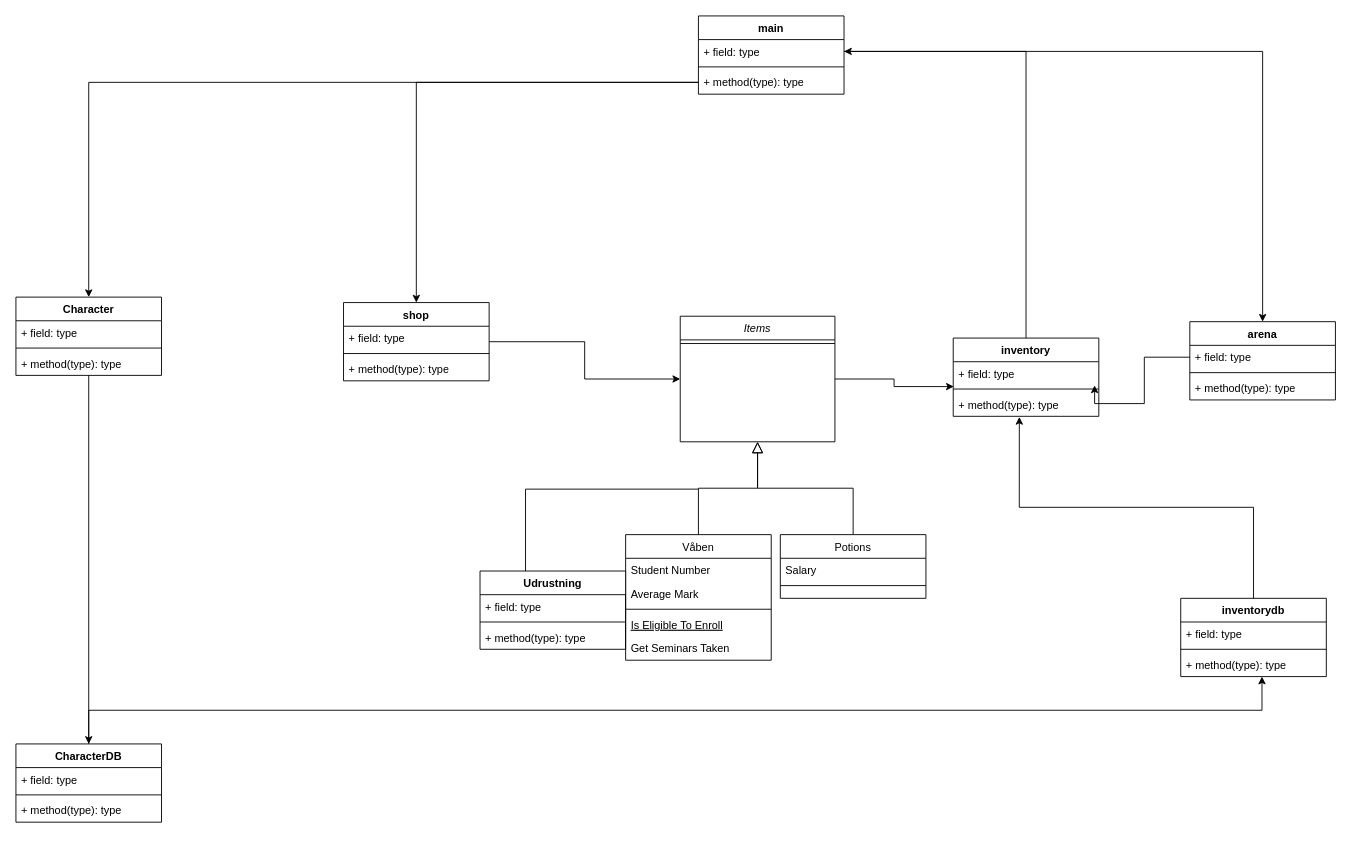
Before: Unavngivet diagram.drawio in cao002eduzealand/waf, a draw.io diagram. Source tidied: cells renumbered, new cells numbered last; positions are measured from the earlier drawing's top-left corner, leaving out a move shared by most shapes. Both pictures are drawn from the tidied source at 91%, with x=0, y=0 at pixel (15, 15).
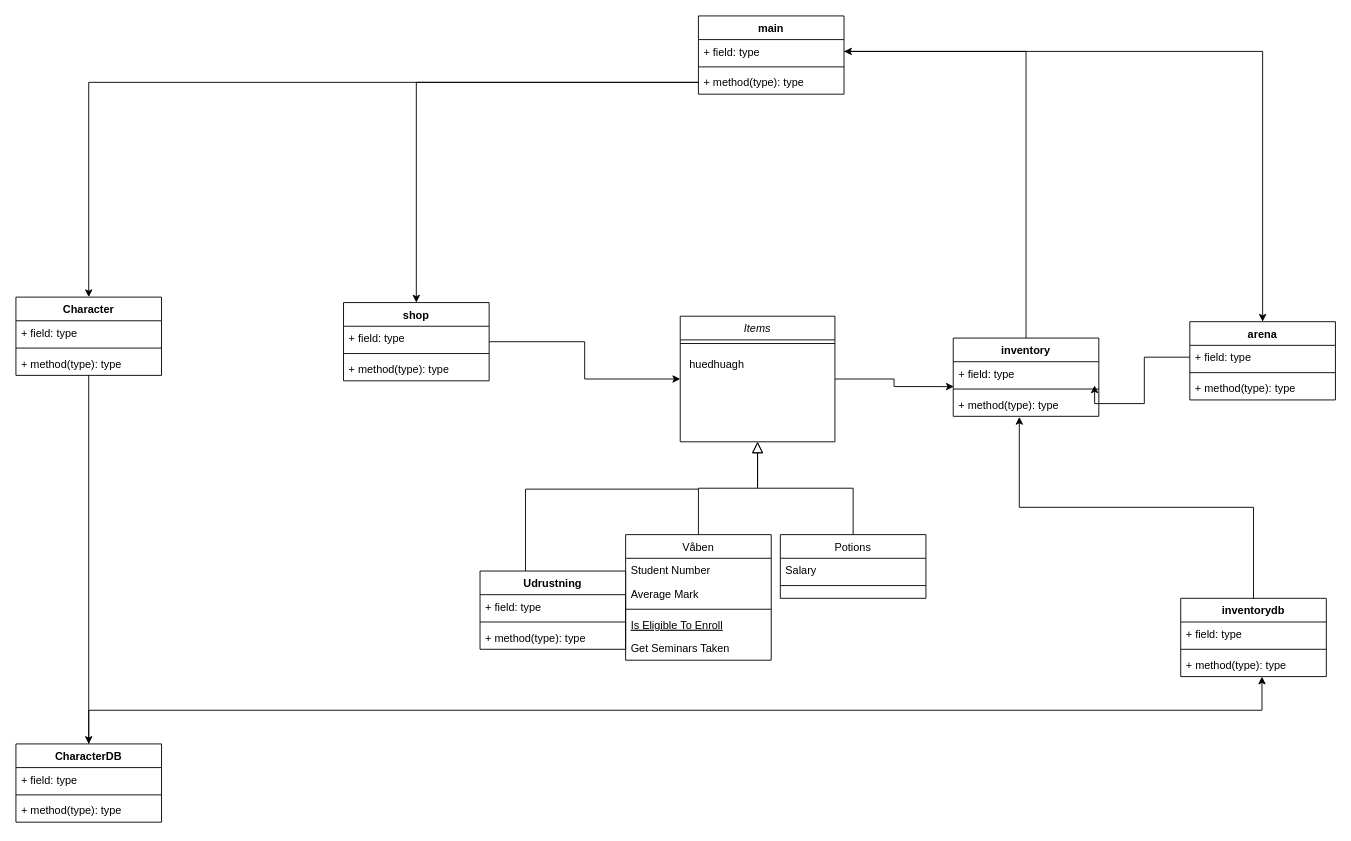
After the change.

Change to the diagram source:
```diff
@@
+    <mxCell id="58" value="huedhuagh" style="text;html=1;align=center;verticalAlign=middle;strokeColor=none;fillColor=none;" parent="1" vertex="1">
+      <mxGeometry x="730" y="368" width="80" height="30" as="geometry" />
+    </mxCell>
```
